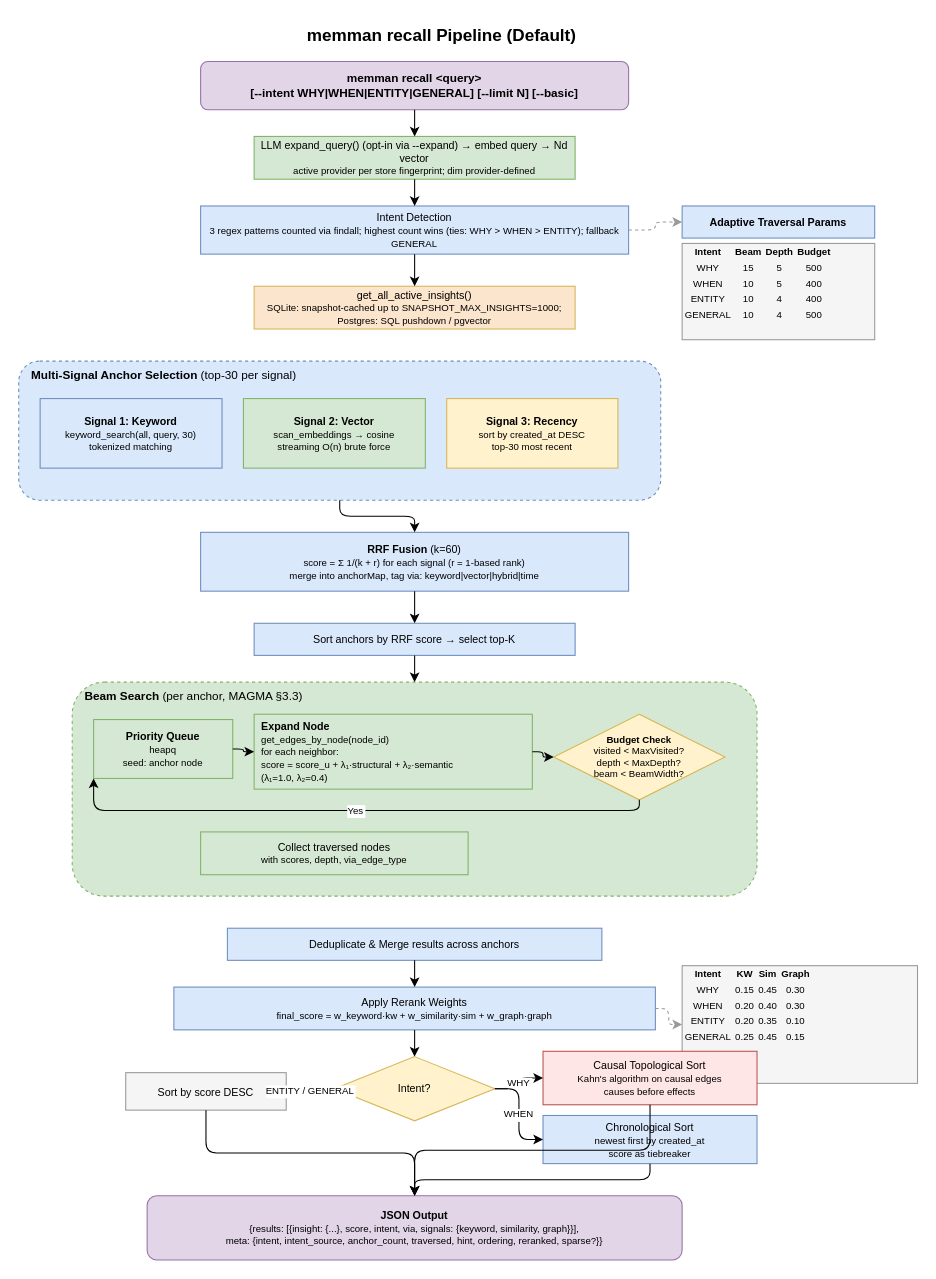
Earlier version of the draw.io diagram docs/diagrams/03-smart-recall-pipeline.drawio (bissli/memman). Source tidied: cells renumbered, new cells numbered last; positions are measured from the earlier drawing's top-left corner, leaving out a move shared by most shapes. Both pictures are drawn from the tidied source at 107%, with x=0, y=0 at pixel (18, 18).
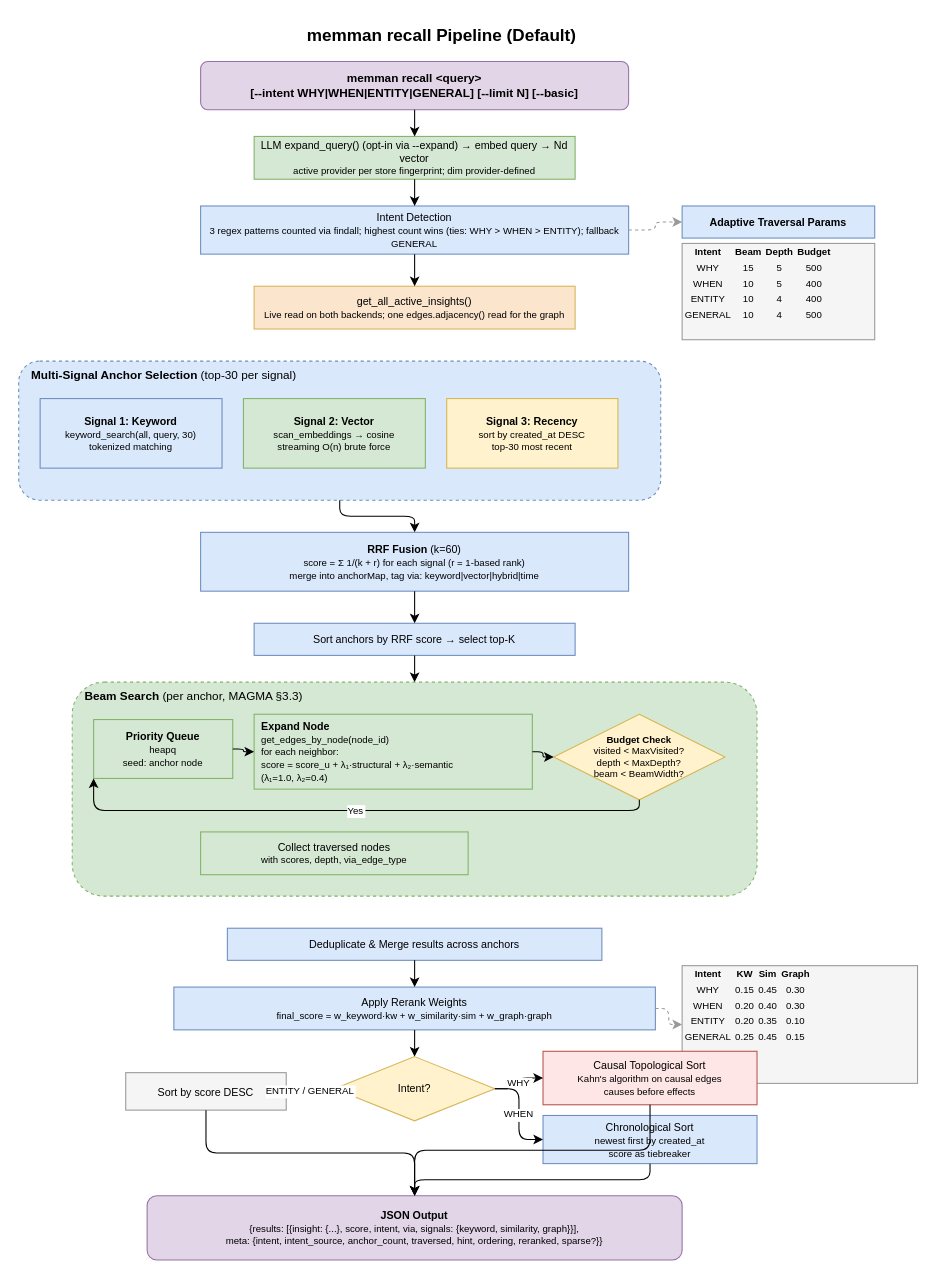
The same diagram, later.

Change to the diagram source:
```diff
@@
-    <mxCell id="11" value="get_all_active_insights()&lt;br&gt;&lt;font style=&quot;font-size:9px&quot;&gt;SQLite: snapshot-cached up to SNAPSHOT_MAX_INSIGHTS=1000; Postgres: SQL pushdown / pgvector&lt;/font&gt;" style="rounded=0;whiteSpace=wrap;html=1;fillColor=#fce5cd;strokeColor=#d6b656;fontSize=10;" parent="1" vertex="1">
+    <mxCell id="11" value="get_all_active_insights()&lt;br&gt;&lt;font style=&quot;font-size:9px&quot;&gt;Live read on both backends; one edges.adjacency() read for the graph&lt;/font&gt;" style="rounded=0;whiteSpace=wrap;html=1;fillColor=#fce5cd;strokeColor=#d6b656;fontSize=10;" parent="1" vertex="1">
       <mxGeometry x="220" y="250" width="300" height="40" as="geometry" />
     </mxCell>
```
